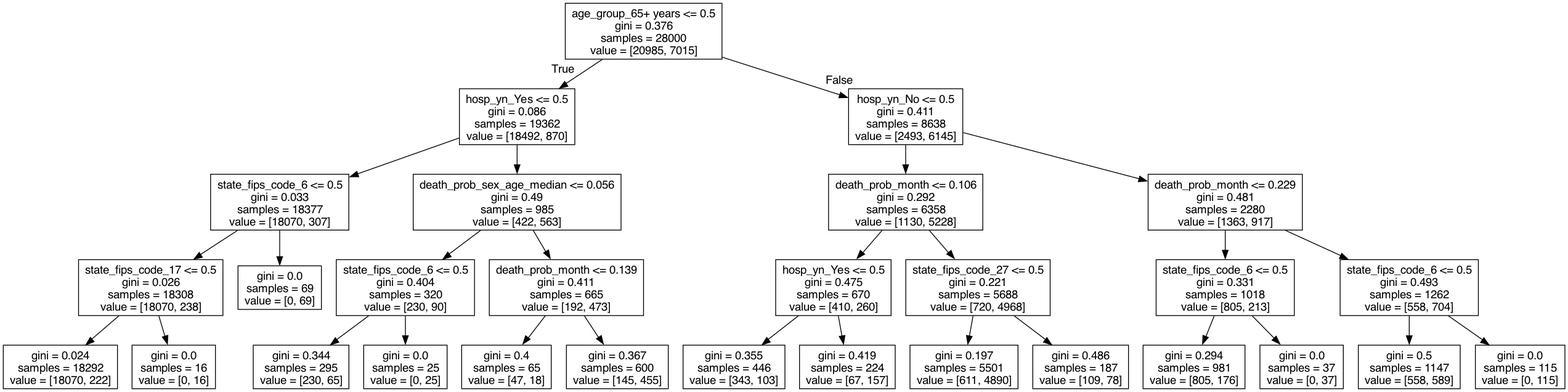
MichaelMoyles/MLCovid-19 keeps this Graphviz diagram as DecisionTree4.png. Above is the earlier version. Its source is kept beside it as DecisionTree4.dot. The source it was exported from:
```dot
digraph Tree {
node [shape=box, fontname="helvetica"] ;
edge [fontname="helvetica"] ;
0 [label="age_group_65+ years <= 0.5\ngini = 0.376\nsamples = 28000\nvalue = [20985, 7015]"] ;
1 [label="hosp_yn_Yes <= 0.5\ngini = 0.086\nsamples = 19362\nvalue = [18492, 870]"] ;
0 -> 1 [labeldistance=2.5, labelangle=45, headlabel="True"] ;
2 [label="state_fips_code_6 <= 0.5\ngini = 0.033\nsamples = 18377\nvalue = [18070, 307]"] ;
1 -> 2 ;
3 [label="state_fips_code_17 <= 0.5\ngini = 0.026\nsamples = 18308\nvalue = [18070, 238]"] ;
2 -> 3 ;
4 [label="gini = 0.024\nsamples = 18292\nvalue = [18070, 222]"] ;
3 -> 4 ;
5 [label="gini = 0.0\nsamples = 16\nvalue = [0, 16]"] ;
3 -> 5 ;
6 [label="gini = 0.0\nsamples = 69\nvalue = [0, 69]"] ;
2 -> 6 ;
7 [label="death_prob_sex_age_median <= 0.056\ngini = 0.49\nsamples = 985\nvalue = [422, 563]"] ;
1 -> 7 ;
8 [label="state_fips_code_6 <= 0.5\ngini = 0.404\nsamples = 320\nvalue = [230, 90]"] ;
7 -> 8 ;
9 [label="gini = 0.344\nsamples = 295\nvalue = [230, 65]"] ;
8 -> 9 ;
10 [label="gini = 0.0\nsamples = 25\nvalue = [0, 25]"] ;
8 -> 10 ;
11 [label="death_prob_month <= 0.139\ngini = 0.411\nsamples = 665\nvalue = [192, 473]"] ;
7 -> 11 ;
12 [label="gini = 0.4\nsamples = 65\nvalue = [47, 18]"] ;
11 -> 12 ;
13 [label="gini = 0.367\nsamples = 600\nvalue = [145, 455]"] ;
11 -> 13 ;
14 [label="hosp_yn_No <= 0.5\ngini = 0.411\nsamples = 8638\nvalue = [2493, 6145]"] ;
0 -> 14 [labeldistance=2.5, labelangle=-45, headlabel="False"] ;
15 [label="death_prob_month <= 0.106\ngini = 0.292\nsamples = 6358\nvalue = [1130, 5228]"] ;
14 -> 15 ;
16 [label="hosp_yn_Yes <= 0.5\ngini = 0.475\nsamples = 670\nvalue = [410, 260]"] ;
15 -> 16 ;
17 [label="gini = 0.355\nsamples = 446\nvalue = [343, 103]"] ;
16 -> 17 ;
18 [label="gini = 0.419\nsamples = 224\nvalue = [67, 157]"] ;
16 -> 18 ;
19 [label="state_fips_code_27 <= 0.5\ngini = 0.221\nsamples = 5688\nvalue = [720, 4968]"] ;
15 -> 19 ;
20 [label="gini = 0.197\nsamples = 5501\nvalue = [611, 4890]"] ;
19 -> 20 ;
21 [label="gini = 0.486\nsamples = 187\nvalue = [109, 78]"] ;
19 -> 21 ;
22 [label="death_prob_month <= 0.229\ngini = 0.481\nsamples = 2280\nvalue = [1363, 917]"] ;
14 -> 22 ;
23 [label="state_fips_code_6 <= 0.5\ngini = 0.331\nsamples = 1018\nvalue = [805, 213]"] ;
22 -> 23 ;
24 [label="gini = 0.294\nsamples = 981\nvalue = [805, 176]"] ;
23 -> 24 ;
25 [label="gini = 0.0\nsamples = 37\nvalue = [0, 37]"] ;
23 -> 25 ;
26 [label="state_fips_code_6 <= 0.5\ngini = 0.493\nsamples = 1262\nvalue = [558, 704]"] ;
22 -> 26 ;
27 [label="gini = 0.5\nsamples = 1147\nvalue = [558, 589]"] ;
26 -> 27 ;
28 [label="gini = 0.0\nsamples = 115\nvalue = [0, 115]"] ;
26 -> 28 ;
}
```
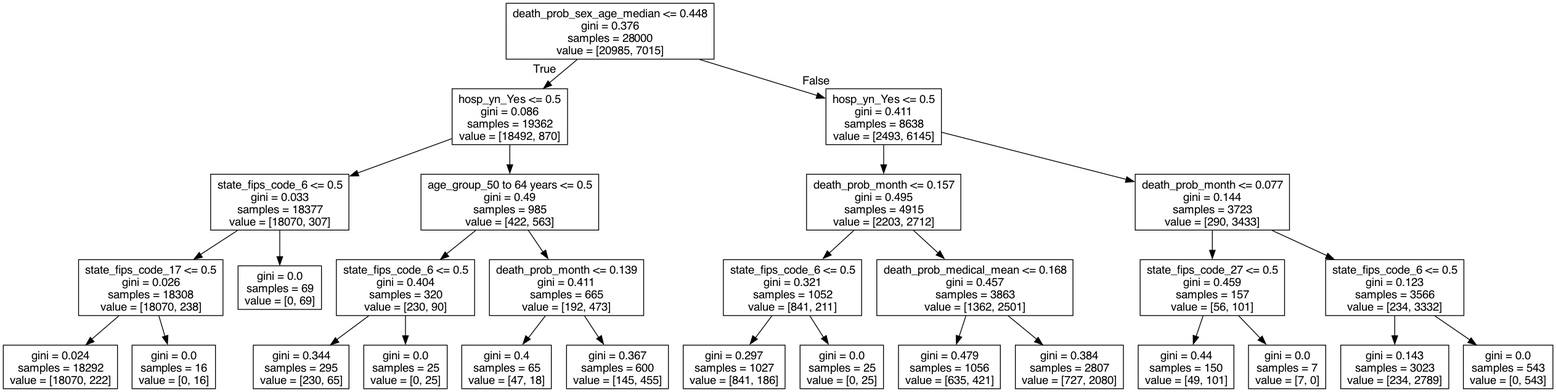
Above is the later version.

Change to the diagram source:
```diff
@@ -1,7 +1,7 @@
 digraph Tree {
 node [shape=box, fontname="helvetica"] ;
 edge [fontname="helvetica"] ;
-0 [label="age_group_65+ years <= 0.5\ngini = 0.376\nsamples = 28000\nvalue = [20985, 7015]"] ;
+0 [label="death_prob_sex_age_median <= 0.448\ngini = 0.376\nsamples = 28000\nvalue = [20985, 7015]"] ;
 1 [label="hosp_yn_Yes <= 0.5\ngini = 0.086\nsamples = 19362\nvalue = [18492, 870]"] ;
 0 -> 1 [labeldistance=2.5, labelangle=45, headlabel="True"] ;
 2 [label="state_fips_code_6 <= 0.5\ngini = 0.033\nsamples = 18377\nvalue = [18070, 307]"] ;
@@ -14,7 +14,7 @@
 3 -> 5 ;
 6 [label="gini = 0.0\nsamples = 69\nvalue = [0, 69]"] ;
 2 -> 6 ;
-7 [label="death_prob_sex_age_median <= 0.056\ngini = 0.49\nsamples = 985\nvalue = [422, 563]"] ;
+7 [label="age_group_50 to 64 years <= 0.5\ngini = 0.49\nsamples = 985\nvalue = [422, 563]"] ;
 1 -> 7 ;
 8 [label="state_fips_code_6 <= 0.5\ngini = 0.404\nsamples = 320\nvalue = [230, 90]"] ;
 7 -> 8 ;
@@ -28,34 +28,34 @@
 11 -> 12 ;
 13 [label="gini = 0.367\nsamples = 600\nvalue = [145, 455]"] ;
 11 -> 13 ;
-14 [label="hosp_yn_No <= 0.5\ngini = 0.411\nsamples = 8638\nvalue = [2493, 6145]"] ;
+14 [label="hosp_yn_Yes <= 0.5\ngini = 0.411\nsamples = 8638\nvalue = [2493, 6145]"] ;
 0 -> 14 [labeldistance=2.5, labelangle=-45, headlabel="False"] ;
-15 [label="death_prob_month <= 0.106\ngini = 0.292\nsamples = 6358\nvalue = [1130, 5228]"] ;
+15 [label="death_prob_month <= 0.157\ngini = 0.495\nsamples = 4915\nvalue = [2203, 2712]"] ;
 14 -> 15 ;
-16 [label="hosp_yn_Yes <= 0.5\ngini = 0.475\nsamples = 670\nvalue = [410, 260]"] ;
+16 [label="state_fips_code_6 <= 0.5\ngini = 0.321\nsamples = 1052\nvalue = [841, 211]"] ;
 15 -> 16 ;
-17 [label="gini = 0.355\nsamples = 446\nvalue = [343, 103]"] ;
+17 [label="gini = 0.297\nsamples = 1027\nvalue = [841, 186]"] ;
 16 -> 17 ;
-18 [label="gini = 0.419\nsamples = 224\nvalue = [67, 157]"] ;
+18 [label="gini = 0.0\nsamples = 25\nvalue = [0, 25]"] ;
 16 -> 18 ;
-19 [label="state_fips_code_27 <= 0.5\ngini = 0.221\nsamples = 5688\nvalue = [720, 4968]"] ;
+19 [label="death_prob_medical_mean <= 0.168\ngini = 0.457\nsamples = 3863\nvalue = [1362, 2501]"] ;
 15 -> 19 ;
-20 [label="gini = 0.197\nsamples = 5501\nvalue = [611, 4890]"] ;
+20 [label="gini = 0.479\nsamples = 1056\nvalue = [635, 421]"] ;
 19 -> 20 ;
-21 [label="gini = 0.486\nsamples = 187\nvalue = [109, 78]"] ;
+21 [label="gini = 0.384\nsamples = 2807\nvalue = [727, 2080]"] ;
 19 -> 21 ;
-22 [label="death_prob_month <= 0.229\ngini = 0.481\nsamples = 2280\nvalue = [1363, 917]"] ;
+22 [label="death_prob_month <= 0.077\ngini = 0.144\nsamples = 3723\nvalue = [290, 3433]"] ;
 14 -> 22 ;
-23 [label="state_fips_code_6 <= 0.5\ngini = 0.331\nsamples = 1018\nvalue = [805, 213]"] ;
+23 [label="state_fips_code_27 <= 0.5\ngini = 0.459\nsamples = 157\nvalue = [56, 101]"] ;
 22 -> 23 ;
-24 [label="gini = 0.294\nsamples = 981\nvalue = [805, 176]"] ;
+24 [label="gini = 0.44\nsamples = 150\nvalue = [49, 101]"] ;
 23 -> 24 ;
-25 [label="gini = 0.0\nsamples = 37\nvalue = [0, 37]"] ;
+25 [label="gini = 0.0\nsamples = 7\nvalue = [7, 0]"] ;
 23 -> 25 ;
-26 [label="state_fips_code_6 <= 0.5\ngini = 0.493\nsamples = 1262\nvalue = [558, 704]"] ;
+26 [label="state_fips_code_6 <= 0.5\ngini = 0.123\nsamples = 3566\nvalue = [234, 3332]"] ;
 22 -> 26 ;
-27 [label="gini = 0.5\nsamples = 1147\nvalue = [558, 589]"] ;
+27 [label="gini = 0.143\nsamples = 3023\nvalue = [234, 2789]"] ;
 26 -> 27 ;
-28 [label="gini = 0.0\nsamples = 115\nvalue = [0, 115]"] ;
+28 [label="gini = 0.0\nsamples = 543\nvalue = [0, 543]"] ;
 26 -> 28 ;
 }
```
